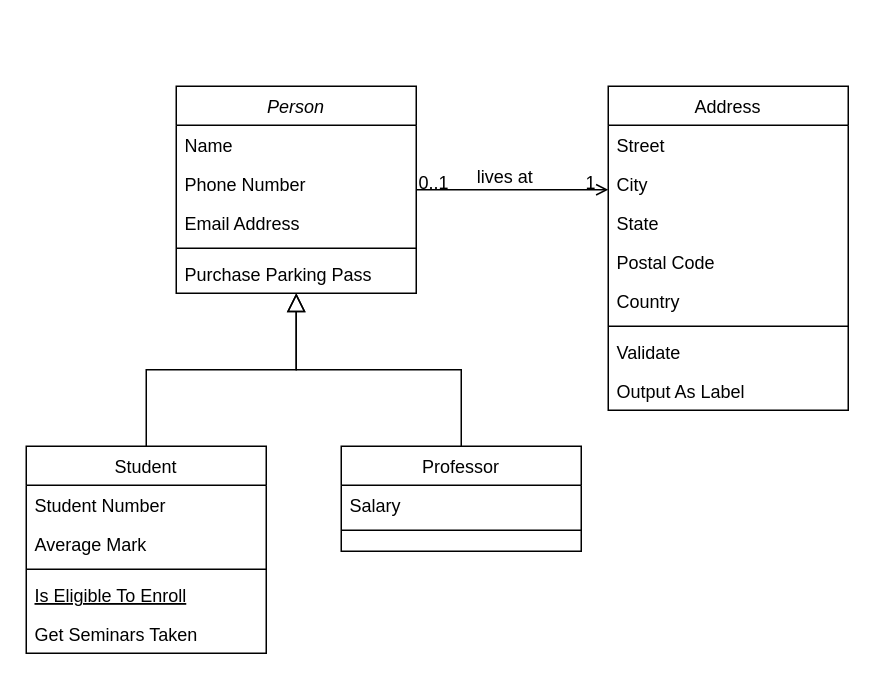
The draw.io diagram LikeLion_class_diagram01.drawio in his8457/diagram, before the edit. Source tidied: cells renumbered, new cells numbered last; positions are measured from the earlier drawing's top-left corner, leaving out a move shared by most shapes. Both pictures are drawn from the tidied source at 150%, with x=0, y=0 at pixel (26, 86).
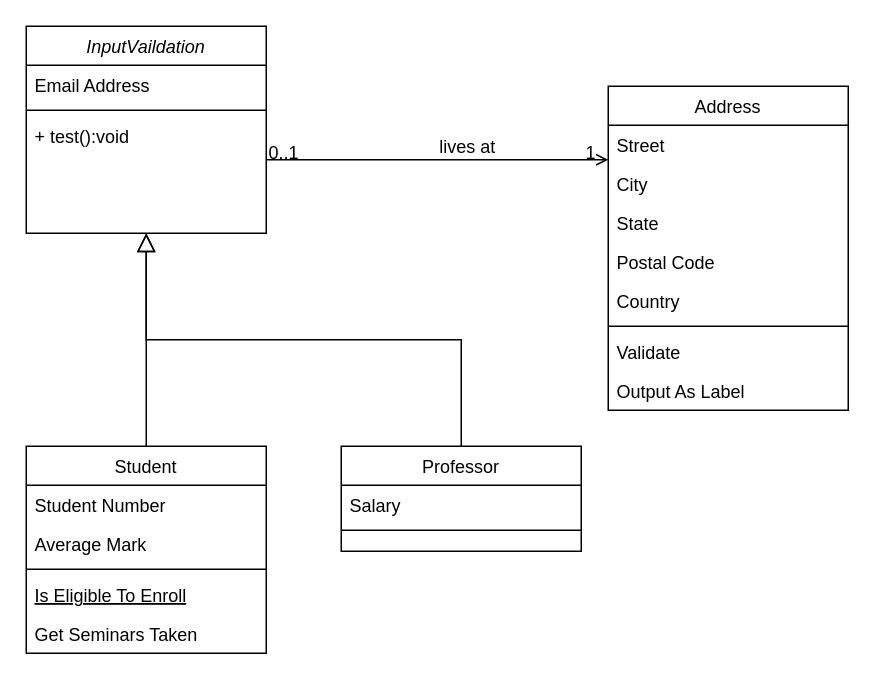
After the change.

The edit, as a diff of the source:
```diff
@@
-    <mxCell id="2" value="Person" style="swimlane;fontStyle=2;align=center;verticalAlign=top;horizontal=1;startSize=26;rounded=0;shadow=0;strokeWidth=1;" parent="1" vertex="1">
-      <mxGeometry x="100" width="160" height="138" as="geometry" />
+    <mxCell id="2" value="InputVaildation" style="swimlane;fontStyle=2;align=center;verticalAlign=top;horizontal=1;startSize=26;rounded=0;shadow=0;strokeWidth=1;" parent="1" vertex="1">
+      <mxGeometry y="-40" width="160" height="138" as="geometry" />
     </mxCell>
-    <mxCell id="3" value="Name" style="text;align=left;verticalAlign=top;spacingLeft=4;spacingRight=4;overflow=hidden;" parent="2" vertex="1">
-      <mxGeometry y="26" width="160" height="26" as="geometry" />
-    </mxCell>
-    <mxCell id="4" value="Phone Number" style="text;align=left;verticalAlign=top;spacingLeft=4;spacingRight=4;overflow=hidden;rounded=0;shadow=0;html=0;" parent="2" vertex="1">
-      <mxGeometry y="52" width="160" height="26" as="geometry" />
-    </mxCell>
     <mxCell id="5" value="Email Address" style="text;align=left;verticalAlign=top;spacingLeft=4;spacingRight=4;overflow=hidden;rounded=0;shadow=0;html=0;" parent="2" vertex="1">
-      <mxGeometry y="78" width="160" height="26" as="geometry" />
+      <mxGeometry y="26" width="160" height="26" as="geometry" />
     </mxCell>
     <mxCell id="6" style="line;html=1;strokeWidth=1;align=left;verticalAlign=middle;spacingTop=-1;spacingLeft=3;spacingRight=3;labelPosition=right;" parent="2" vertex="1">
-      <mxGeometry y="104" width="160" height="8" as="geometry" />
+      <mxGeometry y="52" width="160" height="8" as="geometry" />
     </mxCell>
-    <mxCell id="7" value="Purchase Parking Pass" style="text;align=left;verticalAlign=top;spacingLeft=4;spacingRight=4;overflow=hidden;" parent="2" vertex="1">
-      <mxGeometry y="112" width="160" height="26" as="geometry" />
+    <mxCell id="7" value="+ test():void" style="text;align=left;verticalAlign=top;spacingLeft=4;spacingRight=4;overflow=hidden;" parent="2" vertex="1">
+      <mxGeometry y="60" width="160" height="26" as="geometry" />
     </mxCell>
```
